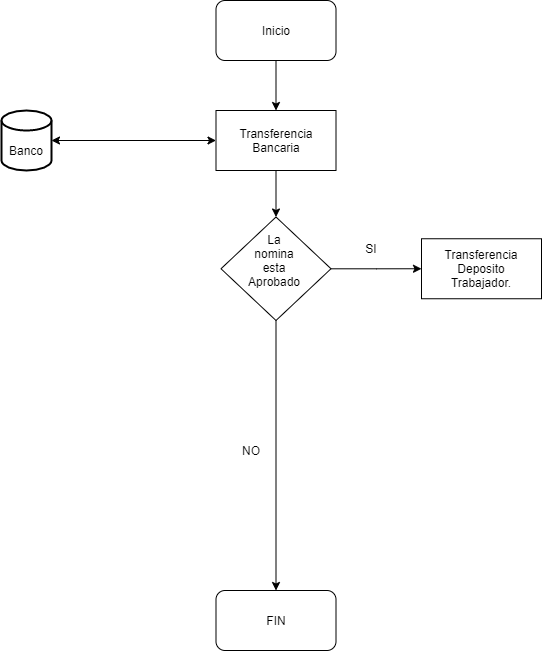
The draw.io diagram Primer-parcial-proyecto/Josue_Zapata/Diagrama_Flujo_Bancos/Diagrama_Flujo_Bancos.png in tatto5828z4/ProgramacionIII, before a commit. Source tidied: cells renumbered, new cells last; positions are measured from the earlier drawing's top-left corner, leaving out a move shared by most shapes.
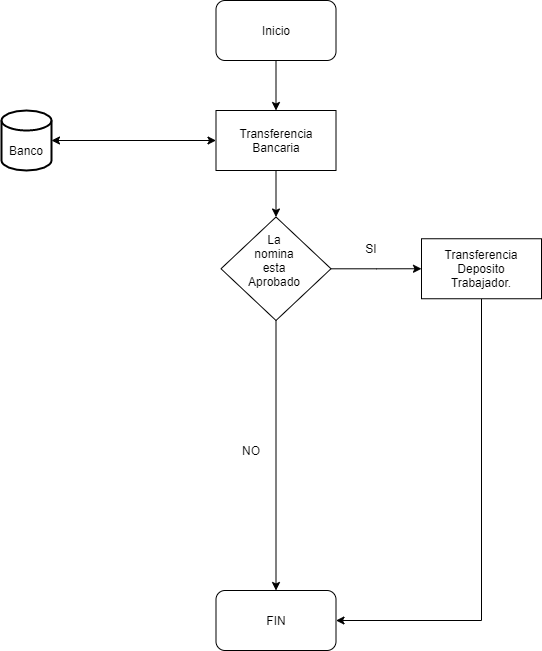
The same file after the commit.

Commit message:
Diagramas Bancos

What changed in the source:
```diff
@@ -2,6 +2,13 @@
   <root>
     <mxCell id="0" />
     <mxCell id="1" parent="0" />
+    <mxCell id="21" style="edgeStyle=orthogonalEdgeStyle;rounded=0;jettySize=auto;html=1;entryX=1;entryY=0.5;entryDx=0;entryDy=0;" parent="1" edge="1" source="2" target="15">
+      <mxGeometry relative="1" as="geometry">
+        <Array as="points">
+          <mxPoint x="480" y="620" />
+        </Array>
+      </mxGeometry>
+    </mxCell>
     <mxCell id="2" style="rounded=0;whiteSpace=wrap;html=1;" parent="1" vertex="1">
       <mxGeometry x="420" y="238.2" width="120" height="60" as="geometry" />
     </mxCell>
```
